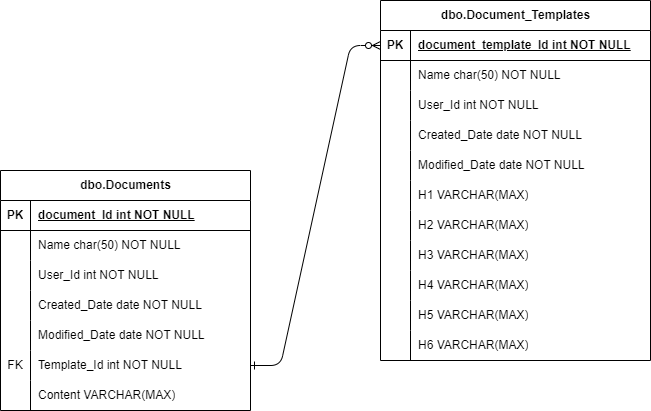
The draw.io diagram DocsRel.png in clees1/portfoliotesting2, before a commit. Source tidied: cells renumbered, new cells last; positions are measured from the earlier drawing's top-left corner, leaving out a move shared by most shapes.
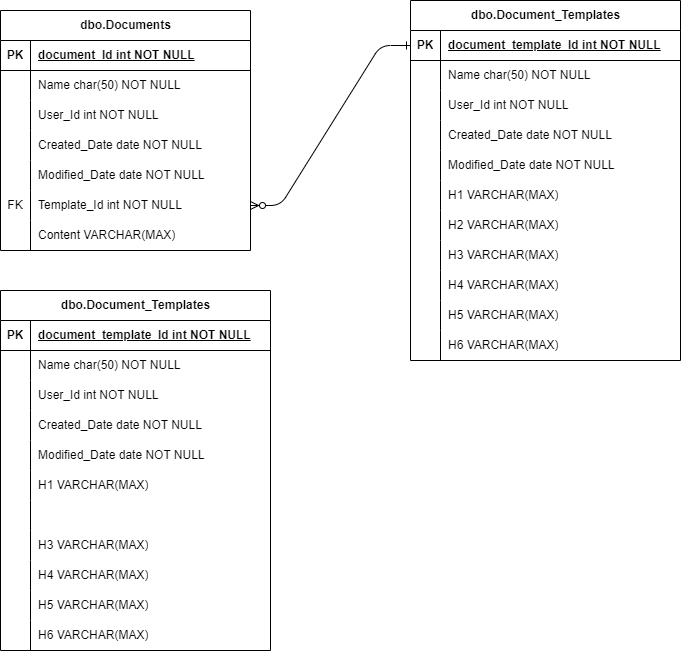
After the change.

The edit, as a diff of the source:
```diff
@@ -2,11 +2,11 @@
   <root>
     <mxCell id="0" />
     <mxCell id="1" parent="0" />
-    <mxCell id="2" style="edgeStyle=entityRelationEdgeStyle;endArrow=ERzeroToMany;startArrow=ERone;endFill=1;startFill=0;entryX=0;entryY=0.5;entryDx=0;entryDy=0;exitX=1;exitY=0.5;exitDx=0;exitDy=0;" parent="1" edge="1" source="19" target="26">
+    <mxCell id="2" style="edgeStyle=entityRelationEdgeStyle;endArrow=ERzeroToMany;startArrow=ERone;endFill=1;startFill=0;entryX=1;entryY=0.5;entryDx=0;entryDy=0;exitX=0;exitY=0.5;exitDx=0;exitDy=0;" parent="1" edge="1" source="26" target="19">
       <mxGeometry relative="1" as="geometry" />
     </mxCell>
     <mxCell id="3" value="dbo.Documents" style="shape=table;startSize=30;rowLines=0;fontStyle=1;align=center;html=1;" parent="1" vertex="1">
-      <mxGeometry y="170" width="250" height="240" as="geometry" />
+      <mxGeometry x="-30" y="10" width="250" height="240" as="geometry" />
     </mxCell>
     <mxCell id="4" style="shape=tableRow;horizontal=0;startSize=0;swimlaneHead=0;swimlaneBody=0;fillColor=none;top=0;left=0;right=0;bottom=1;" parent="3" vertex="1">
       <mxGeometry y="30" width="250" height="30" as="geometry" />
@@ -176,5 +176,107 @@
     <mxCell id="59" value="H2 VARCHAR(MAX)" style="shape=partialRectangle;fillColor=none;top=0;left=0;bottom=0;right=0;align=left;spacingLeft=6;overflow=hidden;whiteSpace=wrap;html=1;" parent="1" vertex="1">
       <mxGeometry x="410" y="210" width="150" height="30" as="geometry" />
     </mxCell>
+    <mxCell id="60" value="dbo.Document_Templates" style="shape=table;startSize=30;rowLines=0;fontStyle=1;align=center;html=1;" parent="1" vertex="1">
+      <mxGeometry x="-30" y="290" width="270" height="360" as="geometry" />
+    </mxCell>
+    <mxCell id="61" style="shape=tableRow;horizontal=0;startSize=0;swimlaneHead=0;swimlaneBody=0;fillColor=none;top=0;left=0;right=0;bottom=1;" parent="60" vertex="1">
+      <mxGeometry y="30" width="270" height="30" as="geometry" />
+    </mxCell>
+    <mxCell id="62" value="PK" style="shape=partialRectangle;fillColor=none;top=0;left=0;bottom=0;right=0;fontStyle=1;overflow=hidden;whiteSpace=wrap;html=1;" parent="61" vertex="1">
+      <mxGeometry width="30" height="30" as="geometry" />
+    </mxCell>
+    <mxCell id="63" value="document_template_Id int NOT NULL" style="shape=partialRectangle;fillColor=none;top=0;left=0;bottom=0;right=0;align=left;spacingLeft=6;fontStyle=5;overflow=hidden;whiteSpace=wrap;html=1;" parent="61" vertex="1">
+      <mxGeometry x="30" width="240" height="30" as="geometry" />
+    </mxCell>
+    <mxCell id="64" style="shape=tableRow;horizontal=0;startSize=0;swimlaneHead=0;swimlaneBody=0;fillColor=none;top=0;left=0;right=0;bottom=0;" parent="60" vertex="1">
+      <mxGeometry y="60" width="270" height="30" as="geometry" />
+    </mxCell>
+    <mxCell id="65" style="shape=partialRectangle;fillColor=none;top=0;left=0;bottom=0;right=0;overflow=hidden;whiteSpace=wrap;html=1;" parent="64" vertex="1">
+      <mxGeometry width="30" height="30" as="geometry" />
+    </mxCell>
+    <mxCell id="66" value="Name char(50) NOT NULL" style="shape=partialRectangle;fillColor=none;top=0;left=0;bottom=0;right=0;align=left;spacingLeft=6;overflow=hidden;whiteSpace=wrap;html=1;" parent="64" vertex="1">
+      <mxGeometry x="30" width="240" height="30" as="geometry" />
+    </mxCell>
+    <mxCell id="67" style="shape=tableRow;horizontal=0;startSize=0;swimlaneHead=0;swimlaneBody=0;fillColor=none;top=0;left=0;right=0;bottom=0;" parent="60" vertex="1">
+      <mxGeometry y="90" width="270" height="30" as="geometry" />
+    </mxCell>
+    <mxCell id="68" style="shape=partialRectangle;fillColor=none;top=0;left=0;bottom=0;right=0;overflow=hidden;whiteSpace=wrap;html=1;" parent="67" vertex="1">
+      <mxGeometry width="30" height="30" as="geometry" />
+    </mxCell>
+    <mxCell id="69" value="User_Id int NOT NULL" style="shape=partialRectangle;fillColor=none;top=0;left=0;bottom=0;right=0;align=left;spacingLeft=6;overflow=hidden;whiteSpace=wrap;html=1;" parent="67" vertex="1">
+      <mxGeometry x="30" width="240" height="30" as="geometry" />
+    </mxCell>
+    <mxCell id="70" style="shape=tableRow;horizontal=0;startSize=0;swimlaneHead=0;swimlaneBody=0;fillColor=none;top=0;left=0;right=0;bottom=0;" parent="60" vertex="1">
+      <mxGeometry y="120" width="270" height="30" as="geometry" />
+    </mxCell>
+    <mxCell id="71" style="shape=partialRectangle;fillColor=none;top=0;left=0;bottom=0;right=0;overflow=hidden;whiteSpace=wrap;html=1;" parent="70" vertex="1">
+      <mxGeometry width="30" height="30" as="geometry" />
+    </mxCell>
+    <mxCell id="72" value="Created_Date date NOT NULL" style="shape=partialRectangle;fillColor=none;top=0;left=0;bottom=0;right=0;align=left;spacingLeft=6;overflow=hidden;whiteSpace=wrap;html=1;" parent="70" vertex="1">
+      <mxGeometry x="30" width="240" height="30" as="geometry" />
+    </mxCell>
+    <mxCell id="73" style="shape=tableRow;horizontal=0;startSize=0;swimlaneHead=0;swimlaneBody=0;fillColor=none;top=0;left=0;right=0;bottom=0;" parent="60" vertex="1">
+      <mxGeometry y="150" width="270" height="30" as="geometry" />
+    </mxCell>
+    <mxCell id="74" style="shape=partialRectangle;fillColor=none;top=0;left=0;bottom=0;right=0;overflow=hidden;whiteSpace=wrap;html=1;" parent="73" vertex="1">
+      <mxGeometry width="30" height="30" as="geometry" />
+    </mxCell>
+    <mxCell id="75" value="Modified_Date date NOT NULL" style="shape=partialRectangle;fillColor=none;top=0;left=0;bottom=0;right=0;align=left;spacingLeft=6;overflow=hidden;whiteSpace=wrap;html=1;" parent="73" vertex="1">
+      <mxGeometry x="30" width="240" height="30" as="geometry" />
+    </mxCell>
+    <mxCell id="76" style="shape=tableRow;horizontal=0;startSize=0;swimlaneHead=0;swimlaneBody=0;fillColor=none;top=0;left=0;right=0;bottom=0;" parent="60" vertex="1">
+      <mxGeometry y="180" width="270" height="30" as="geometry" />
+    </mxCell>
+    <mxCell id="77" style="shape=partialRectangle;fillColor=none;top=0;left=0;bottom=0;right=0;overflow=hidden;whiteSpace=wrap;html=1;" parent="76" vertex="1">
+      <mxGeometry width="30" height="30" as="geometry" />
+    </mxCell>
+    <mxCell id="78" value="H1 VARCHAR(MAX)" style="shape=partialRectangle;fillColor=none;top=0;left=0;bottom=0;right=0;align=left;spacingLeft=6;overflow=hidden;whiteSpace=wrap;html=1;" parent="76" vertex="1">
+      <mxGeometry x="30" width="240" height="30" as="geometry" />
+    </mxCell>
+    <mxCell id="79" style="shape=tableRow;horizontal=0;startSize=0;swimlaneHead=0;swimlaneBody=0;fillColor=none;top=0;left=0;right=0;bottom=0;" parent="60" vertex="1">
+      <mxGeometry y="210" width="270" height="30" as="geometry" />
+    </mxCell>
+    <mxCell id="80" style="shape=partialRectangle;fillColor=none;top=0;left=0;bottom=0;right=0;overflow=hidden;whiteSpace=wrap;html=1;" parent="79" vertex="1">
+      <mxGeometry width="30" height="30" as="geometry" />
+    </mxCell>
+    <mxCell id="81" style="shape=partialRectangle;fillColor=none;top=0;left=0;bottom=0;right=0;align=left;spacingLeft=6;overflow=hidden;whiteSpace=wrap;html=1;" parent="79" vertex="1">
+      <mxGeometry x="30" width="240" height="30" as="geometry" />
+    </mxCell>
+    <mxCell id="82" style="shape=tableRow;horizontal=0;startSize=0;swimlaneHead=0;swimlaneBody=0;fillColor=none;top=0;left=0;right=0;bottom=0;" parent="60" vertex="1">
+      <mxGeometry y="240" width="270" height="30" as="geometry" />
+    </mxCell>
+    <mxCell id="83" style="shape=partialRectangle;fillColor=none;top=0;left=0;bottom=0;right=0;overflow=hidden;whiteSpace=wrap;html=1;" parent="82" vertex="1">
+      <mxGeometry width="30" height="30" as="geometry" />
+    </mxCell>
+    <mxCell id="84" value="H3 VARCHAR(MAX)" style="shape=partialRectangle;fillColor=none;top=0;left=0;bottom=0;right=0;align=left;spacingLeft=6;overflow=hidden;whiteSpace=wrap;html=1;" parent="82" vertex="1">
+      <mxGeometry x="30" width="240" height="30" as="geometry" />
+    </mxCell>
+    <mxCell id="85" style="shape=tableRow;horizontal=0;startSize=0;swimlaneHead=0;swimlaneBody=0;fillColor=none;top=0;left=0;right=0;bottom=0;" parent="60" vertex="1">
+      <mxGeometry y="270" width="270" height="30" as="geometry" />
+    </mxCell>
+    <mxCell id="86" style="shape=partialRectangle;fillColor=none;top=0;left=0;bottom=0;right=0;overflow=hidden;whiteSpace=wrap;html=1;" parent="85" vertex="1">
+      <mxGeometry width="30" height="30" as="geometry" />
+    </mxCell>
+    <mxCell id="87" value="H4 VARCHAR(MAX)" style="shape=partialRectangle;fillColor=none;top=0;left=0;bottom=0;right=0;align=left;spacingLeft=6;overflow=hidden;whiteSpace=wrap;html=1;" parent="85" vertex="1">
+      <mxGeometry x="30" width="240" height="30" as="geometry" />
+    </mxCell>
+    <mxCell id="88" style="shape=tableRow;horizontal=0;startSize=0;swimlaneHead=0;swimlaneBody=0;fillColor=none;top=0;left=0;right=0;bottom=0;" parent="60" vertex="1">
+      <mxGeometry y="300" width="270" height="30" as="geometry" />
+    </mxCell>
+    <mxCell id="89" style="shape=partialRectangle;fillColor=none;top=0;left=0;bottom=0;right=0;overflow=hidden;whiteSpace=wrap;html=1;" parent="88" vertex="1">
+      <mxGeometry width="30" height="30" as="geometry" />
+    </mxCell>
+    <mxCell id="90" value="H5 VARCHAR(MAX)" style="shape=partialRectangle;fillColor=none;top=0;left=0;bottom=0;right=0;align=left;spacingLeft=6;overflow=hidden;whiteSpace=wrap;html=1;" parent="88" vertex="1">
+      <mxGeometry x="30" width="240" height="30" as="geometry" />
+    </mxCell>
+    <mxCell id="91" style="shape=tableRow;horizontal=0;startSize=0;swimlaneHead=0;swimlaneBody=0;fillColor=none;top=0;left=0;right=0;bottom=0;" parent="60" vertex="1">
+      <mxGeometry y="330" width="270" height="30" as="geometry" />
+    </mxCell>
+    <mxCell id="92" style="shape=partialRectangle;fillColor=none;top=0;left=0;bottom=0;right=0;overflow=hidden;whiteSpace=wrap;html=1;" parent="91" vertex="1">
+      <mxGeometry width="30" height="30" as="geometry" />
+    </mxCell>
+    <mxCell id="93" value="H6 VARCHAR(MAX)" style="shape=partialRectangle;fillColor=none;top=0;left=0;bottom=0;right=0;align=left;spacingLeft=6;overflow=hidden;whiteSpace=wrap;html=1;" parent="91" vertex="1">
+      <mxGeometry x="30" width="240" height="30" as="geometry" />
+    </mxCell>
   </root>
 </mxGraphModel>
```
